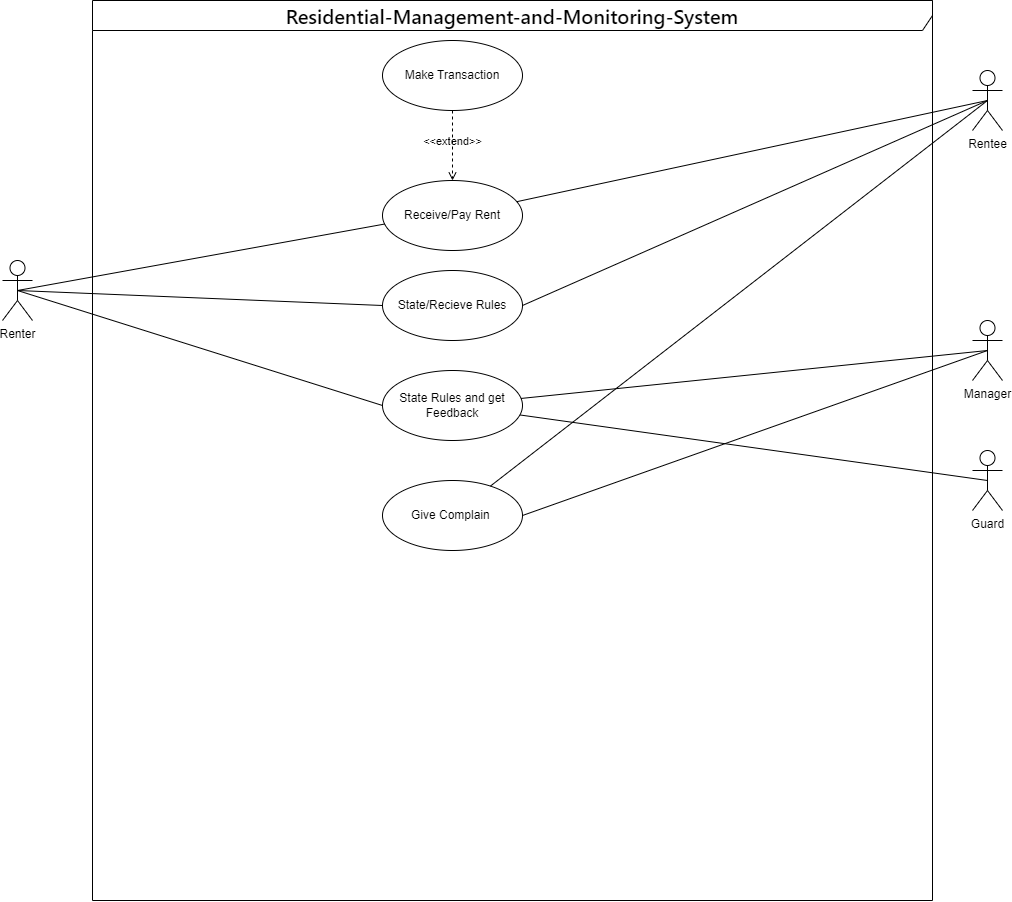
Above: UseCaseDiagram.png in toushifhossain1/Residential-Management-and-Monitoring-System (draw.io), before the change. Source tidied: cells renumbered, new cells last; positions are measured from the earlier drawing's top-left corner, leaving out a move shared by most shapes.
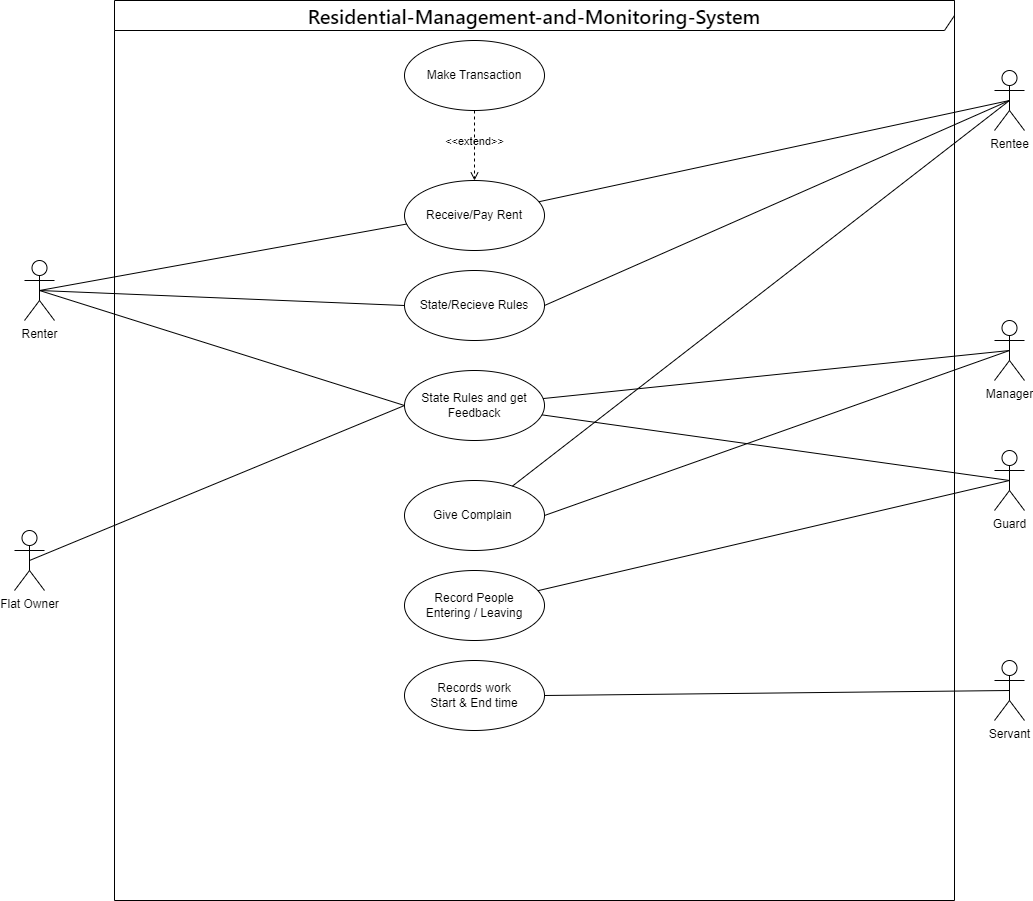
Above is the later version.

Diff of the diagram source:
```diff
@@ -62,5 +62,26 @@
     <mxCell id="21" style="endArrow=none;html=1;rounded=0;entryX=0.5;entryY=0.5;entryDx=0;entryDy=0;entryPerimeter=0;exitX=1;exitY=0.5;exitDx=0;exitDy=0;" parent="1" edge="1" source="19" target="14">
       <mxGeometry relative="1" as="geometry" />
     </mxCell>
+    <mxCell id="22" value="Record People &lt;br&gt;Entering / Leaving" style="ellipse;whiteSpace=wrap;html=1;" parent="1" vertex="1">
+      <mxGeometry x="380" y="570" width="140" height="70" as="geometry" />
+    </mxCell>
+    <mxCell id="23" style="endArrow=none;html=1;rounded=0;entryX=0.5;entryY=0.5;entryDx=0;entryDy=0;entryPerimeter=0;" parent="1" edge="1" source="22" target="15">
+      <mxGeometry relative="1" as="geometry" />
+    </mxCell>
+    <mxCell id="24" value="Servant" style="shape=umlActor;verticalLabelPosition=bottom;verticalAlign=top;html=1;" parent="1" vertex="1">
+      <mxGeometry x="970" y="660" width="30" height="60" as="geometry" />
+    </mxCell>
+    <mxCell id="25" value="Records work&lt;br&gt;Start &amp;amp; End time" style="ellipse;whiteSpace=wrap;html=1;" parent="1" vertex="1">
+      <mxGeometry x="380" y="660" width="140" height="70" as="geometry" />
+    </mxCell>
+    <mxCell id="26" value="Flat Owner" style="shape=umlActor;verticalLabelPosition=bottom;verticalAlign=top;html=1;" parent="1" vertex="1">
+      <mxGeometry x="-10" y="530" width="30" height="60" as="geometry" />
+    </mxCell>
+    <mxCell id="27" style="endArrow=none;html=1;rounded=0;entryX=0;entryY=0.5;entryDx=0;entryDy=0;exitX=0.5;exitY=0.5;exitDx=0;exitDy=0;exitPerimeter=0;" parent="1" edge="1" source="26" target="13">
+      <mxGeometry relative="1" as="geometry" />
+    </mxCell>
+    <mxCell id="28" style="endArrow=none;html=1;rounded=0;entryX=0.5;entryY=0.5;entryDx=0;entryDy=0;entryPerimeter=0;exitX=1;exitY=0.5;exitDx=0;exitDy=0;" parent="1" edge="1" source="25" target="24">
+      <mxGeometry relative="1" as="geometry" />
+    </mxCell>
   </root>
 </mxGraphModel>
```
